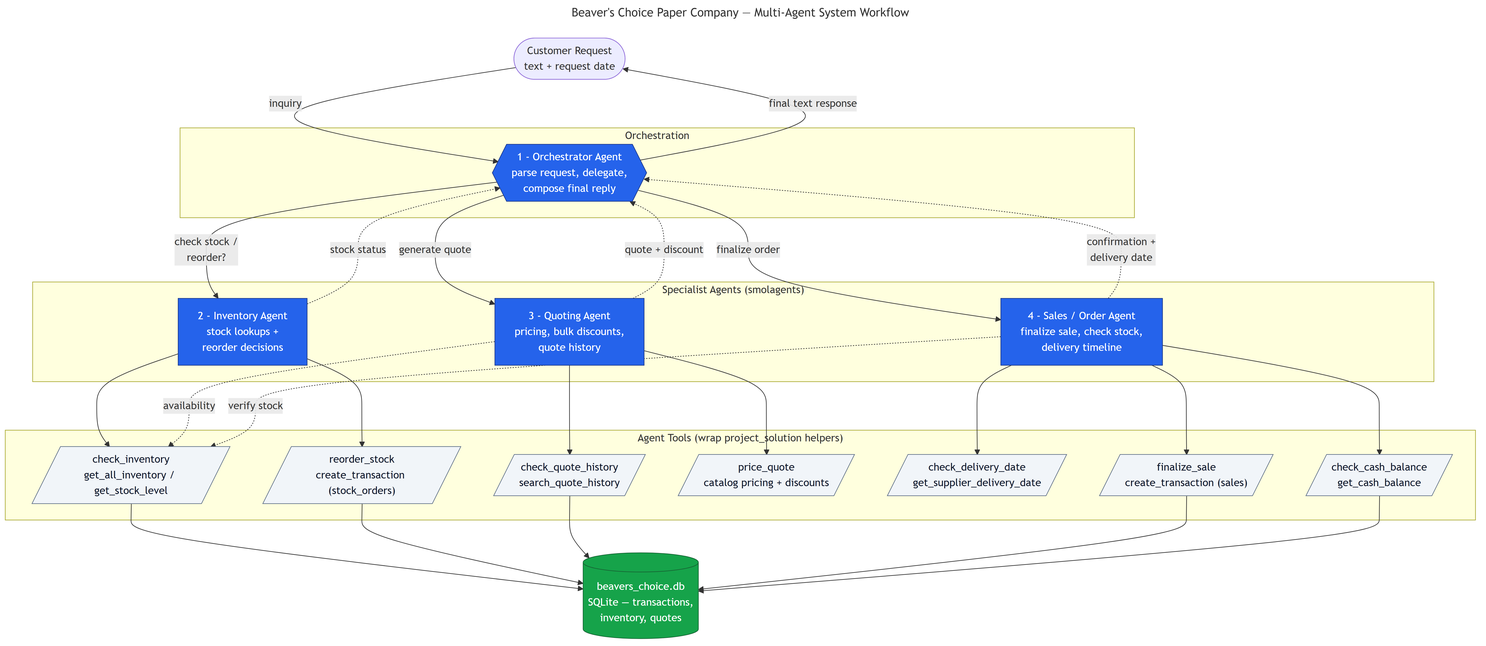
Earlier version of the Mermaid export workflow_diagram.png (thebreadishard/udacity-beavers-choice). Its source is kept beside it as workflow_diagram.mmd.
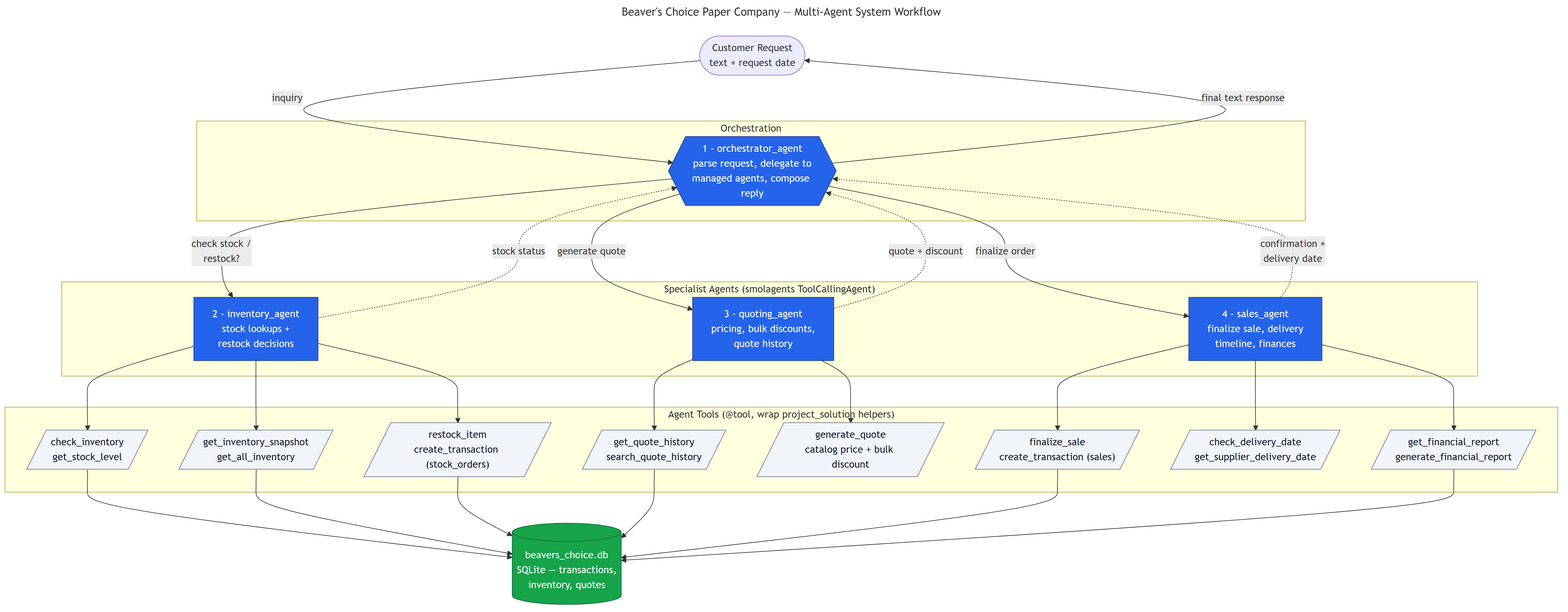
The same diagram one commit later.

Commit message:
Sync workflow diagram with actual agent and tool names

Change to the diagram source:
```diff
@@ -5,52 +5,53 @@
     Customer([Customer Request<br/>text + request date])
 
     subgraph Orch["Orchestration"]
-        Orchestrator{{"1 - Orchestrator Agent<br/>parse request, delegate,<br/>compose final reply"}}
+        Orchestrator{{"1 - orchestrator_agent<br/>parse request, delegate to<br/>managed agents, compose reply"}}
     end
 
-    subgraph Agents["Specialist Agents (smolagents)"]
+    subgraph Agents["Specialist Agents (smolagents ToolCallingAgent)"]
         direction LR
-        Inventory["2 - Inventory Agent<br/>stock lookups +<br/>reorder decisions"]
-        Quoting["3 - Quoting Agent<br/>pricing, bulk discounts,<br/>quote history"]
-        Sales["4 - Sales / Order Agent<br/>finalize sale, check stock,<br/>delivery timeline"]
+        Inventory["2 - inventory_agent<br/>stock lookups +<br/>restock decisions"]
+        Quoting["3 - quoting_agent<br/>pricing, bulk discounts,<br/>quote history"]
+        Sales["4 - sales_agent<br/>finalize sale, delivery<br/>timeline, finances"]
     end
 
-    subgraph Tools["Agent Tools (wrap project_solution helpers)"]
+    subgraph Tools["Agent Tools (@tool, wrap project_solution helpers)"]
         direction TB
-        T1[/"check_inventory<br/>get_all_inventory / get_stock_level"/]
-        T2[/"reorder_stock<br/>create_transaction (stock_orders)"/]
-        T3[/"check_quote_history<br/>search_quote_history"/]
-        T4[/"price_quote<br/>catalog pricing + discounts"/]
-        T5[/"check_delivery_date<br/>get_supplier_delivery_date"/]
+        T1[/"check_inventory<br/>get_stock_level"/]
+        T2[/"get_inventory_snapshot<br/>get_all_inventory"/]
+        T3[/"restock_item<br/>create_transaction (stock_orders)"/]
+        T4[/"get_quote_history<br/>search_quote_history"/]
+        T5[/"generate_quote<br/>catalog price + bulk discount"/]
         T6[/"finalize_sale<br/>create_transaction (sales)"/]
-        T7[/"check_cash_balance<br/>get_cash_balance"/]
+        T7[/"check_delivery_date<br/>get_supplier_delivery_date"/]
+        T8[/"get_financial_report<br/>generate_financial_report"/]
     end
 
     DB[("beavers_choice.db<br/>SQLite — transactions,<br/>inventory, quotes")]
 
     Customer -->|inquiry| Orchestrator
 
-    Orchestrator -->|"check stock /<br/>reorder?"| Inventory
+    Orchestrator -->|"check stock /<br/>restock?"| Inventory
     Orchestrator -->|"generate quote"| Quoting
     Orchestrator -->|"finalize order"| Sales
 
     Inventory --> T1
     Inventory --> T2
+    Inventory --> T3
 
-    Quoting --> T3
     Quoting --> T4
-    Quoting -.->|availability| T1
+    Quoting --> T5
 
     Sales --> T6
-    Sales --> T5
     Sales --> T7
-    Sales -.->|verify stock| T1
+    Sales --> T8
 
     T1 --> DB
     T2 --> DB
     T3 --> DB
+    T4 --> DB
     T6 --> DB
-    T7 --> DB
+    T8 --> DB
 
     Inventory -.->|stock status| Orchestrator
     Quoting -.->|quote + discount| Orchestrator
@@ -61,5 +62,5 @@
     classDef tool fill:#f1f5f9,stroke:#64748b,color:#0f172a;
     classDef db fill:#16a34a,stroke:#166534,color:#fff;
     class Orchestrator,Inventory,Quoting,Sales agent;
-    class T1,T2,T3,T4,T5,T6,T7 tool;
+    class T1,T2,T3,T4,T5,T6,T7,T8 tool;
     class DB db;
```
